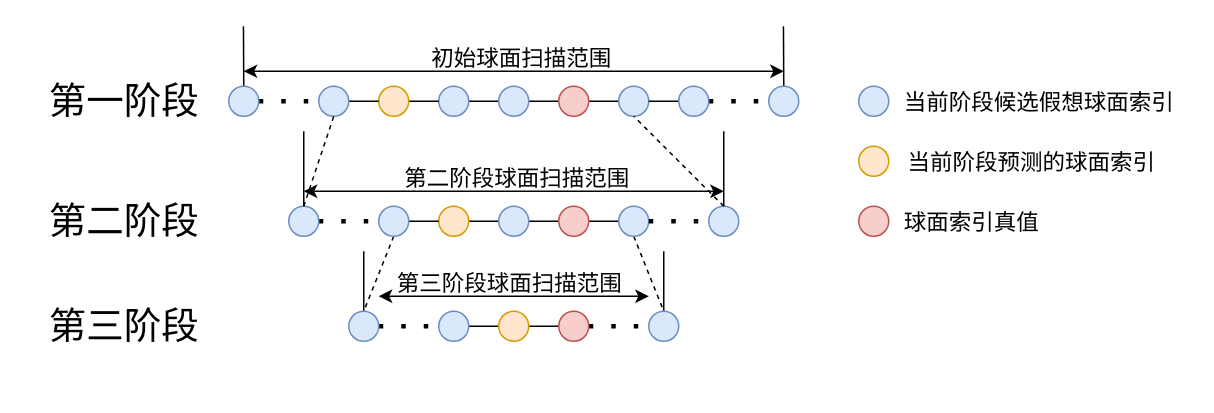
wangpinzhi/wangpinzhi.github.io keeps this draw.io diagram as cas_costvolume.drawio. Above is the earlier version. Source tidied: cells renumbered, new cells numbered last; positions are measured from the earlier drawing's top-left corner, leaving out a move shared by most shapes. Both pictures are drawn from the tidied source at 150%, with x=0, y=0 at pixel (33, 26).
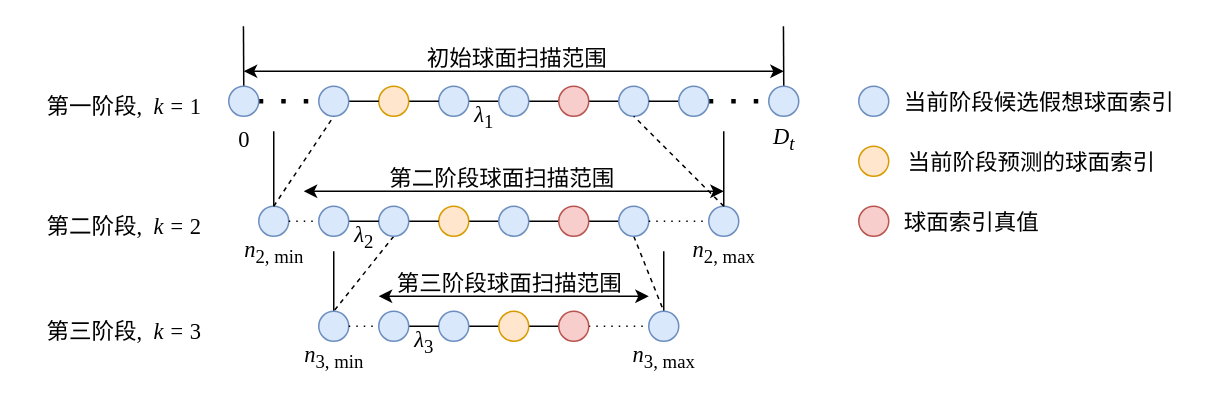
The same page after the edit.

The change refers to these unchanged cells:
```xml
<mxCell id="31" style="ellipse;whiteSpace=wrap;html=1;fillColor=#dae8fc;strokeColor=#6c8ebf;" parent="1" vertex="1">
  <mxGeometry x="230" y="120" width="20" height="20" as="geometry" />
</mxCell>
<mxCell id="33" style="ellipse;whiteSpace=wrap;html=1;strokeColor=#6c8ebf;align=center;verticalAlign=middle;fontFamily=Helvetica;fontSize=12;fillColor=#dae8fc;" parent="1" vertex="1">
  <mxGeometry x="390" y="120" width="20" height="20" as="geometry" />
</mxCell>
<mxCell id="35" style="ellipse;whiteSpace=wrap;html=1;strokeColor=#6c8ebf;align=center;verticalAlign=middle;fontFamily=Helvetica;fontSize=12;fillColor=#dae8fc;" parent="1" vertex="1">
  <mxGeometry x="450" y="120" width="20" height="20" as="geometry" />
</mxCell>
<mxCell id="40" style="endArrow=classic;startArrow=classic;html=1;rounded=0;strokeColor=default;align=center;verticalAlign=middle;fontFamily=Helvetica;fontSize=12;fontColor=default;labelBackgroundColor=default;" parent="1" edge="1">
  <mxGeometry relative="1" as="geometry">
    <mxPoint x="180" y="110" as="sourcePoint" />
    <mxPoint x="460" y="110" as="targetPoint" />
  </mxGeometry>
</mxCell>
<mxCell id="44" style="endArrow=classic;startArrow=classic;html=1;rounded=0;strokeColor=default;align=center;verticalAlign=middle;fontFamily=Helvetica;fontSize=12;fontColor=default;labelBackgroundColor=default;" parent="1" edge="1">
  <mxGeometry relative="1" as="geometry">
    <mxPoint x="140" y="30" as="sourcePoint" />
    <mxPoint x="500" y="30" as="targetPoint" />
  </mxGeometry>
</mxCell>
<mxCell id="47" style="ellipse;whiteSpace=wrap;html=1;fillColor=#dae8fc;strokeColor=#6c8ebf;" parent="1" vertex="1">
  <mxGeometry x="270" y="190" width="20" height="20" as="geometry" />
</mxCell>
<mxCell id="54" style="ellipse;whiteSpace=wrap;html=1;strokeColor=#b85450;align=center;verticalAlign=middle;fontFamily=Helvetica;fontSize=12;fillColor=#f8cecc;" parent="1" vertex="1">
  <mxGeometry x="350" y="190" width="20" height="20" as="geometry" />
</mxCell>
<mxCell id="56" style="ellipse;whiteSpace=wrap;html=1;fillColor=#dae8fc;strokeColor=#6c8ebf;" parent="1" vertex="1">
  <mxGeometry x="410" y="190" width="20" height="20" as="geometry" />
</mxCell>
```

What changed in the source:
```diff
@@
-    <mxCell id="19" value="第一阶段" style="text;html=1;align=center;verticalAlign=middle;strokeColor=none;fillColor=none;fontFamily=Times New Roman;fontSize=25;fontColor=default;" parent="1" vertex="1">
-      <mxGeometry y="30" width="120" height="40" as="geometry" />
+    <mxCell id="19" value="&lt;font style=&quot;font-size: 15px;&quot;&gt;第一阶段,&amp;nbsp; &lt;i&gt;k = &lt;/i&gt;1&lt;/font&gt;" style="text;html=1;align=center;verticalAlign=middle;strokeColor=none;fillColor=none;fontFamily=Times New Roman;fontSize=25;fontColor=default;" parent="1" vertex="1">
+      <mxGeometry x="-5" y="30" width="130" height="40" as="geometry" />
     </mxCell>
@@
-    <mxCell id="22" value="第二阶段" style="text;html=1;align=center;verticalAlign=middle;strokeColor=none;fillColor=none;fontFamily=Times New Roman;fontSize=25;fontColor=default;" parent="1" vertex="1">
-      <mxGeometry y="110" width="120" height="40" as="geometry" />
-    </mxCell>
@@
-    <mxCell id="34" style="edgeStyle=orthogonalEdgeStyle;shape=connector;rounded=0;jettySize=auto;html=1;entryX=0;entryY=0.5;entryDx=0;entryDy=0;strokeColor=default;align=center;verticalAlign=middle;fontFamily=Helvetica;fontSize=12;fontColor=default;labelBackgroundColor=default;startFill=0;endArrow=none;exitX=1;exitY=0.5;exitDx=0;exitDy=0;dashed=1;dashPattern=1 4;strokeWidth=3;" parent="1" edge="1" source="33" target="35">
+    <mxCell id="34" style="edgeStyle=orthogonalEdgeStyle;shape=connector;rounded=0;jettySize=auto;html=1;entryX=0;entryY=0.5;entryDx=0;entryDy=0;strokeColor=default;align=center;verticalAlign=middle;fontFamily=Helvetica;fontSize=12;fontColor=default;labelBackgroundColor=default;startFill=0;endArrow=none;exitX=1;exitY=0.5;exitDx=0;exitDy=0;dashed=1;dashPattern=1 4;strokeWidth=1;" parent="1" edge="1" source="33" target="35">
       <mxGeometry relative="1" as="geometry" />
     </mxCell>
@@
-    <mxCell id="36" style="edgeStyle=orthogonalEdgeStyle;shape=connector;rounded=0;jettySize=auto;html=1;exitX=1;exitY=0.5;exitDx=0;exitDy=0;entryX=0;entryY=0.5;entryDx=0;entryDy=0;strokeColor=default;align=center;verticalAlign=middle;fontFamily=Helvetica;fontSize=12;fontColor=default;labelBackgroundColor=default;startFill=0;endArrow=none;dashed=1;dashPattern=1 4;strokeWidth=3;" parent="1" edge="1" source="37" target="31">
+    <mxCell id="36" style="shape=connector;rounded=0;jettySize=auto;html=1;exitX=1;exitY=0.5;exitDx=0;exitDy=0;entryX=0;entryY=0.5;entryDx=0;entryDy=0;strokeColor=default;align=center;verticalAlign=middle;fontFamily=Helvetica;fontSize=12;fontColor=default;labelBackgroundColor=default;startFill=0;endArrow=none;strokeWidth=1;" parent="1" edge="1" source="77" target="31">
       <mxGeometry relative="1" as="geometry" />
     </mxCell>
     <mxCell id="37" style="ellipse;whiteSpace=wrap;html=1;fillColor=#dae8fc;strokeColor=#6c8ebf;" parent="1" vertex="1">
-      <mxGeometry x="170" y="120" width="20" height="20" as="geometry" />
+      <mxGeometry x="150" y="120" width="20" height="20" as="geometry" />
     </mxCell>
@@
     <mxCell id="41" value="第二阶段球面扫描范围" style="edgeLabel;html=1;align=center;verticalAlign=middle;strokeColor=#6c8ebf;fontFamily=Times New Roman;fontSize=15;fontColor=default;fillColor=#dae8fc;labelBackgroundColor=none;" parent="40" vertex="1">
       <mxGeometry x="0.09" y="3" relative="1" as="geometry">
-        <mxPoint x="-12" y="-7" as="offset" />
+        <mxPoint x="-22" y="-7" as="offset" />
       </mxGeometry>
     </mxCell>
     <mxCell id="42" style="endArrow=none;html=1;rounded=0;strokeColor=default;align=center;verticalAlign=middle;fontFamily=Helvetica;fontSize=12;fontColor=default;labelBackgroundColor=default;exitX=0.5;exitY=0;exitDx=0;exitDy=0;" parent="1" edge="1" source="37">
       <mxGeometry relative="1" as="geometry">
-        <mxPoint x="180" y="70" as="targetPoint" />
+        <mxPoint x="160" y="70" as="targetPoint" />
       </mxGeometry>
     </mxCell>
@@
     <mxCell id="45" value="初始球面扫描范围" style="edgeLabel;html=1;align=center;verticalAlign=middle;strokeColor=#6c8ebf;fontFamily=Times New Roman;fontSize=15;fontColor=default;fillColor=#dae8fc;labelBackgroundColor=none;" parent="44" vertex="1">
       <mxGeometry x="0.09" y="3" relative="1" as="geometry">
-        <mxPoint x="-12" y="-7" as="offset" />
+        <mxPoint x="-15" y="-7" as="offset" />
       </mxGeometry>
     </mxCell>
@@
-    <mxCell id="48" style="shape=connector;rounded=0;jettySize=auto;html=1;entryX=0;entryY=0.5;entryDx=0;entryDy=0;strokeColor=default;align=center;verticalAlign=middle;fontFamily=Helvetica;fontSize=12;fontColor=default;labelBackgroundColor=default;startFill=0;endArrow=none;strokeWidth=3;dashed=1;dashPattern=1 4;" parent="1" edge="1" source="50" target="47">
+    <mxCell id="48" style="shape=connector;rounded=0;jettySize=auto;html=1;entryX=0;entryY=0.5;entryDx=0;entryDy=0;strokeColor=default;align=center;verticalAlign=middle;fontFamily=Helvetica;fontSize=12;fontColor=default;labelBackgroundColor=default;startFill=0;endArrow=none;strokeWidth=1;" parent="1" edge="1" source="80" target="47">
       <mxGeometry relative="1" as="geometry" />
     </mxCell>
     <mxCell id="49" style="edgeStyle=none;shape=connector;rounded=0;jettySize=auto;html=1;exitX=0.5;exitY=0;exitDx=0;exitDy=0;strokeColor=default;align=center;verticalAlign=middle;fontFamily=Helvetica;fontSize=12;fontColor=default;labelBackgroundColor=default;startFill=0;endArrow=none;" parent="1" edge="1" source="50">
       <mxGeometry relative="1" as="geometry">
-        <mxPoint x="220" y="150" as="targetPoint" />
+        <mxPoint x="200" y="150" as="targetPoint" />
       </mxGeometry>
     </mxCell>
     <mxCell id="50" style="ellipse;whiteSpace=wrap;html=1;fillColor=#dae8fc;strokeColor=#6c8ebf;" parent="1" vertex="1">
-      <mxGeometry x="210" y="190" width="20" height="20" as="geometry" />
+      <mxGeometry x="190" y="190" width="20" height="20" as="geometry" />
     </mxCell>
@@
-    <mxCell id="53" style="edgeStyle=none;shape=connector;rounded=0;jettySize=auto;html=1;exitX=1;exitY=0.5;exitDx=0;exitDy=0;entryX=0;entryY=0.5;entryDx=0;entryDy=0;strokeColor=default;align=center;verticalAlign=middle;fontFamily=Helvetica;fontSize=12;fontColor=default;labelBackgroundColor=default;startFill=0;endArrow=none;strokeWidth=3;dashed=1;dashPattern=1 4;" parent="1" edge="1" source="54" target="56">
+    <mxCell id="53" style="edgeStyle=none;shape=connector;rounded=0;jettySize=auto;html=1;exitX=1;exitY=0.5;exitDx=0;exitDy=0;entryX=0;entryY=0.5;entryDx=0;entryDy=0;strokeColor=default;align=center;verticalAlign=middle;fontFamily=Helvetica;fontSize=12;fontColor=default;labelBackgroundColor=default;startFill=0;endArrow=none;strokeWidth=1;dashed=1;dashPattern=1 4;" parent="1" edge="1" source="54" target="56">
       <mxGeometry relative="1" as="geometry" />
     </mxCell>
@@
-    <mxCell id="59" value="第三阶段" style="text;html=1;align=center;verticalAlign=middle;strokeColor=none;fillColor=none;fontFamily=Times New Roman;fontSize=25;fontColor=default;" parent="1" vertex="1">
-      <mxGeometry y="180" width="120" height="40" as="geometry" />
-    </mxCell>
@@
+    <mxCell id="66" value="&lt;span&gt;0&lt;/span&gt;" style="text;html=1;align=center;verticalAlign=middle;strokeColor=none;fillColor=none;fontFamily=Times New Roman;fontSize=15;fontColor=default;labelBackgroundColor=none;" parent="1" vertex="1">
+      <mxGeometry x="125" y="60" width="30" height="30" as="geometry" />
+    </mxCell>
+    <mxCell id="67" value="&lt;font style=&quot;font-size: 15px;&quot;&gt;第二阶段,&amp;nbsp; &lt;i&gt;k = &lt;/i&gt;2&lt;/font&gt;" style="text;html=1;align=center;verticalAlign=middle;strokeColor=none;fillColor=none;fontFamily=Times New Roman;fontSize=25;fontColor=default;" parent="1" vertex="1">
+      <mxGeometry x="-5" y="110" width="130" height="40" as="geometry" />
+    </mxCell>
+    <mxCell id="68" value="&lt;font style=&quot;font-size: 15px;&quot;&gt;第三阶段,&amp;nbsp; &lt;i&gt;k =&lt;/i&gt; 3&lt;/font&gt;" style="text;html=1;align=center;verticalAlign=middle;strokeColor=none;fillColor=none;fontFamily=Times New Roman;fontSize=25;fontColor=default;" parent="1" vertex="1">
+      <mxGeometry x="-5" y="180" width="130" height="40" as="geometry" />
+    </mxCell>
+    <mxCell id="69" value="&lt;span&gt;D&lt;sub&gt;t&lt;/sub&gt;&lt;/span&gt;" style="text;html=1;align=center;verticalAlign=middle;strokeColor=none;fillColor=none;fontFamily=Times New Roman;fontSize=15;fontColor=default;labelBackgroundColor=none;fontStyle=2;" parent="1" vertex="1">
+      <mxGeometry x="480" y="55" width="40" height="40" as="geometry" />
+    </mxCell>
+    <mxCell id="70" value="λ&lt;sub style=&quot;font-style: normal;&quot;&gt;1&lt;/sub&gt;" style="text;html=1;align=center;verticalAlign=middle;strokeColor=none;fillColor=none;fontFamily=Times New Roman;fontSize=15;fontColor=default;labelBackgroundColor=none;fontStyle=2;" parent="1" vertex="1">
+      <mxGeometry x="280" y="40" width="40" height="40" as="geometry" />
+    </mxCell>
+    <mxCell id="71" value="λ&lt;sub style=&quot;font-style: normal;&quot;&gt;3&lt;/sub&gt;" style="text;html=1;align=center;verticalAlign=middle;strokeColor=none;fillColor=none;fontFamily=Times New Roman;fontSize=15;fontColor=default;labelBackgroundColor=none;fontStyle=2;" parent="1" vertex="1">
+      <mxGeometry x="240" y="190" width="40" height="40" as="geometry" />
+    </mxCell>
+    <mxCell id="72" value="n&lt;sub style=&quot;font-style: normal;&quot;&gt;2, min&lt;/sub&gt;" style="text;html=1;align=center;verticalAlign=middle;strokeColor=none;fillColor=none;fontFamily=Times New Roman;fontSize=15;fontColor=default;labelBackgroundColor=none;fontStyle=2;" parent="1" vertex="1">
+      <mxGeometry x="130" y="130" width="60" height="40" as="geometry" />
+    </mxCell>
+    <mxCell id="73" value="n&lt;sub style=&quot;font-style: normal;&quot;&gt;2, max&lt;/sub&gt;" style="text;html=1;align=center;verticalAlign=middle;strokeColor=none;fillColor=none;fontFamily=Times New Roman;fontSize=15;fontColor=default;labelBackgroundColor=none;fontStyle=2;" parent="1" vertex="1">
+      <mxGeometry x="425" y="130" width="70" height="40" as="geometry" />
+    </mxCell>
+    <mxCell id="74" value="n&lt;sub style=&quot;font-style: normal;&quot;&gt;3, max&lt;/sub&gt;" style="text;html=1;align=center;verticalAlign=middle;strokeColor=none;fillColor=none;fontFamily=Times New Roman;fontSize=15;fontColor=default;labelBackgroundColor=none;fontStyle=2;" parent="1" vertex="1">
+      <mxGeometry x="385" y="200" width="70" height="40" as="geometry" />
+    </mxCell>
+    <mxCell id="75" value="n&lt;sub style=&quot;font-style: normal;&quot;&gt;3, min&lt;/sub&gt;" style="text;html=1;align=center;verticalAlign=middle;strokeColor=none;fillColor=none;fontFamily=Times New Roman;fontSize=15;fontColor=default;labelBackgroundColor=none;fontStyle=2;" parent="1" vertex="1">
+      <mxGeometry x="170" y="200" width="60" height="40" as="geometry" />
+    </mxCell>
+    <mxCell id="76" style="edgeStyle=orthogonalEdgeStyle;shape=connector;rounded=0;jettySize=auto;html=1;exitX=1;exitY=0.5;exitDx=0;exitDy=0;entryX=0;entryY=0.5;entryDx=0;entryDy=0;strokeColor=default;align=center;verticalAlign=middle;fontFamily=Helvetica;fontSize=12;fontColor=default;labelBackgroundColor=default;startFill=0;endArrow=none;dashed=1;dashPattern=1 4;strokeWidth=1;" parent="1" edge="1" source="37" target="77">
+      <mxGeometry relative="1" as="geometry" />
+    </mxCell>
+    <mxCell id="77" style="ellipse;whiteSpace=wrap;html=1;fillColor=#dae8fc;strokeColor=#6c8ebf;" parent="1" vertex="1">
+      <mxGeometry x="190" y="120" width="20" height="20" as="geometry" />
+    </mxCell>
+    <mxCell id="78" value="λ&lt;sub style=&quot;font-style: normal;&quot;&gt;2&lt;/sub&gt;" style="text;html=1;align=center;verticalAlign=middle;strokeColor=none;fillColor=none;fontFamily=Times New Roman;fontSize=15;fontColor=default;labelBackgroundColor=none;fontStyle=2;" parent="1" vertex="1">
+      <mxGeometry x="200" y="120" width="40" height="40" as="geometry" />
+    </mxCell>
+    <mxCell id="79" style="shape=connector;rounded=0;jettySize=auto;html=1;entryX=0;entryY=0.5;entryDx=0;entryDy=0;strokeColor=default;align=center;verticalAlign=middle;fontFamily=Helvetica;fontSize=12;fontColor=default;labelBackgroundColor=default;startFill=0;endArrow=none;strokeWidth=1;dashed=1;dashPattern=1 4;" parent="1" edge="1" source="50" target="80">
+      <mxGeometry relative="1" as="geometry" />
+    </mxCell>
+    <mxCell id="80" style="ellipse;whiteSpace=wrap;html=1;fillColor=#dae8fc;strokeColor=#6c8ebf;" parent="1" vertex="1">
+      <mxGeometry x="230" y="190" width="20" height="20" as="geometry" />
+    </mxCell>
```
